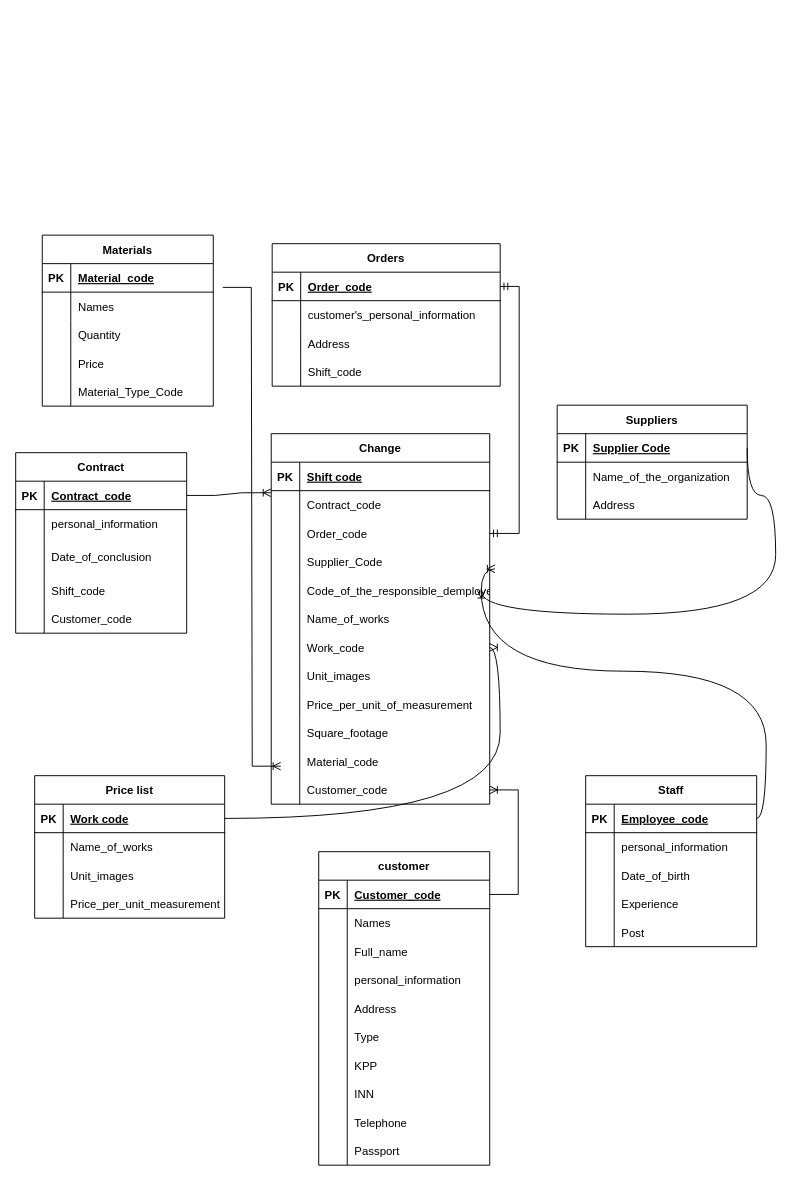
This is база строителей фирмы.drawio from serejaARKH/SQL_I_VSE, a draw.io file, before an edit. Source tidied: cells renumbered, new cells numbered last; positions are measured from the earlier drawing's top-left corner, leaving out a move shared by most shapes. Both pictures are drawn from the tidied source at 95%, with x=0, y=0 at pixel (15, 235).
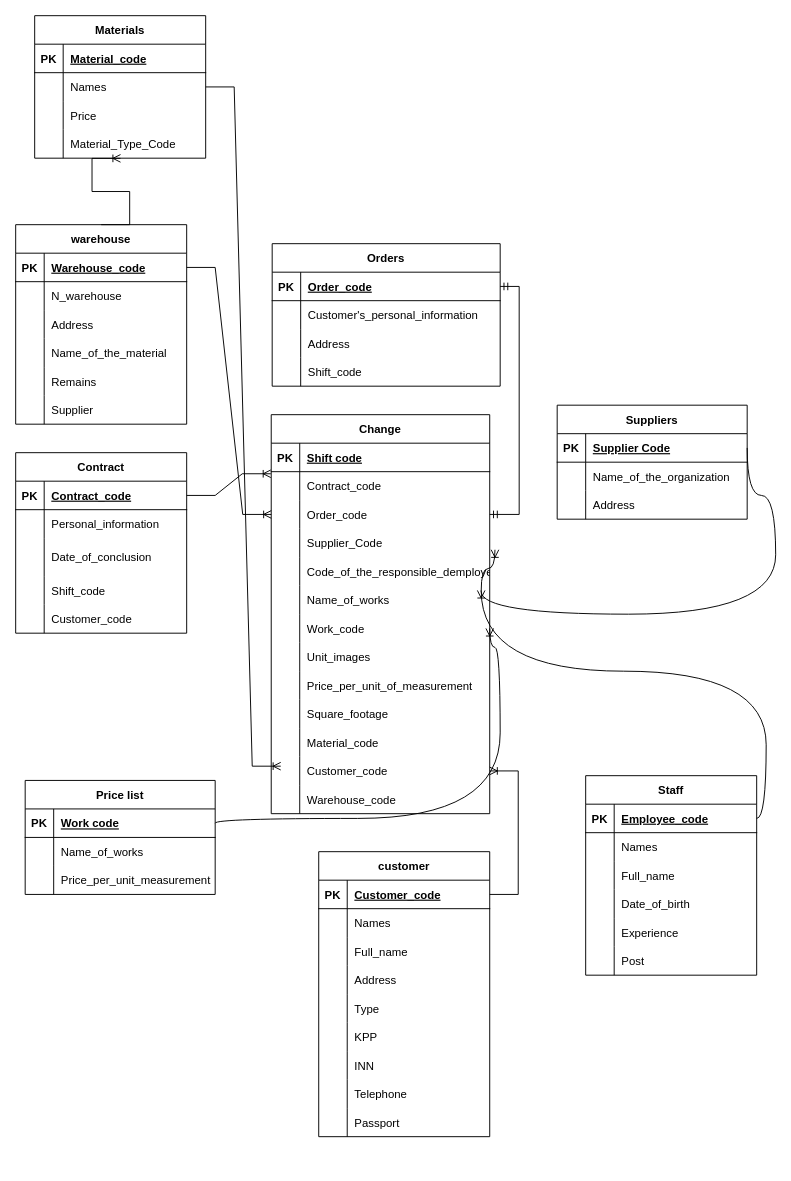
After the change.

The change refers to these unchanged cells:
```xml
<mxCell id="6" style="shape=tableRow;horizontal=0;startSize=0;swimlaneHead=0;swimlaneBody=0;fillColor=none;top=0;left=0;right=0;bottom=0;" parent="2" vertex="1">
  <mxGeometry y="60" width="180" height="30" as="geometry" />
</mxCell>
<mxCell id="25" style="shape=tableRow;horizontal=0;startSize=0;swimlaneHead=0;swimlaneBody=0;fillColor=none;points=[[0,0.5],[1,0.5]];portConstraint=eastwest;top=0;left=0;right=0;bottom=0;" parent="18" vertex="1">
  <mxGeometry y="90" width="230" height="30" as="geometry" />
</mxCell>
<mxCell id="59" style="shape=tableRow;horizontal=0;startSize=0;swimlaneHead=0;swimlaneBody=0;fillColor=none;top=0;left=0;right=0;bottom=0;" parent="55" vertex="1">
  <mxGeometry y="60" width="240" height="30" as="geometry" />
</mxCell>
<mxCell id="82" style="shape=tableRow;horizontal=0;startSize=0;swimlaneHead=0;swimlaneBody=0;fillColor=none;top=0;left=0;right=0;bottom=0;" parent="78" vertex="1">
  <mxGeometry y="60" width="180" height="30" as="geometry" />
</mxCell>
<mxCell id="116" style="shape=tableRow;horizontal=0;startSize=0;swimlaneHead=0;swimlaneBody=0;fillColor=none;points=[[0,0.5],[1,0.5]];portConstraint=eastwest;top=0;left=0;right=0;bottom=0;" parent="112" vertex="1">
  <mxGeometry y="60" width="180" height="30" as="geometry" />
</mxCell>
```

What changed in the source:
```diff
@@
-    <mxCell id="8" value="personal_information" style="shape=partialRectangle;fillColor=none;top=0;left=0;bottom=0;right=0;align=left;spacingLeft=6;overflow=hidden;" parent="6" vertex="1">
+    <mxCell id="8" value="Personal_information" style="shape=partialRectangle;fillColor=none;top=0;left=0;bottom=0;right=0;align=left;spacingLeft=6;overflow=hidden;" parent="6" vertex="1">
       <mxGeometry x="30" width="150" height="30" as="geometry" />
     </mxCell>
@@
     <mxCell id="18" value="Change" style="shape=table;startSize=30;childLayout=tableLayout;rowLines=0;fontStyle=1;align=center;gradientColor=none;" parent="1" vertex="1">
-      <mxGeometry x="269" y="209" width="230" height="390" as="geometry" />
+      <mxGeometry x="269" y="189" width="230" height="420" as="geometry" />
     </mxCell>
@@
+    <mxCell id="161" style="shape=tableRow;horizontal=0;startSize=0;swimlaneHead=0;swimlaneBody=0;fillColor=none;top=0;left=0;right=0;bottom=0;" parent="18" vertex="1">
+      <mxGeometry y="390" width="230" height="30" as="geometry" />
+    </mxCell>
+    <mxCell id="162" style="shape=partialRectangle;fillColor=none;top=0;left=0;bottom=0;right=0;overflow=hidden;" parent="161" vertex="1">
+      <mxGeometry width="30" height="30" as="geometry" />
+    </mxCell>
+    <mxCell id="163" value="Warehouse_code" style="shape=partialRectangle;fillColor=none;top=0;left=0;bottom=0;right=0;align=left;spacingLeft=6;overflow=hidden;" parent="161" vertex="1">
+      <mxGeometry x="30" width="200" height="30" as="geometry" />
+    </mxCell>
@@
-    <mxCell id="61" value="customer's_personal_information" style="shape=partialRectangle;fillColor=none;top=0;left=0;bottom=0;right=0;align=left;spacingLeft=6;overflow=hidden;" parent="59" vertex="1">
+    <mxCell id="61" value="Customer's_personal_information" style="shape=partialRectangle;fillColor=none;top=0;left=0;bottom=0;right=0;align=left;spacingLeft=6;overflow=hidden;" parent="59" vertex="1">
       <mxGeometry x="30" width="210" height="30" as="geometry" />
     </mxCell>
@@
     <mxCell id="78" value="Staff" style="shape=table;startSize=30;childLayout=tableLayout;rowLines=0;fontStyle=1;align=center;" parent="1" vertex="1">
-      <mxGeometry x="600" y="569" width="180" height="180" as="geometry" />
+      <mxGeometry x="600" y="569" width="180" height="210" as="geometry" />
     </mxCell>
@@
-    <mxCell id="84" value="personal_information" style="shape=partialRectangle;fillColor=none;top=0;left=0;bottom=0;right=0;align=left;spacingLeft=6;overflow=hidden;" parent="82" vertex="1">
+    <mxCell id="84" value="Names" style="shape=partialRectangle;fillColor=none;top=0;left=0;bottom=0;right=0;align=left;spacingLeft=6;overflow=hidden;" parent="82" vertex="1">
       <mxGeometry x="30" width="150" height="30" as="geometry" />
     </mxCell>
+    <mxCell id="164" style="shape=tableRow;horizontal=0;startSize=0;swimlaneHead=0;swimlaneBody=0;fillColor=none;top=0;left=0;right=0;bottom=0;" parent="78" vertex="1">
+      <mxGeometry y="90" width="180" height="30" as="geometry" />
+    </mxCell>
+    <mxCell id="165" style="shape=partialRectangle;fillColor=none;top=0;left=0;bottom=0;right=0;overflow=hidden;" parent="164" vertex="1">
+      <mxGeometry width="30" height="30" as="geometry" />
+    </mxCell>
+    <mxCell id="166" value="Full_name" style="shape=partialRectangle;fillColor=none;top=0;left=0;bottom=0;right=0;align=left;spacingLeft=6;overflow=hidden;" parent="164" vertex="1">
+      <mxGeometry x="30" width="150" height="30" as="geometry" />
+    </mxCell>
     <mxCell id="85" style="shape=tableRow;horizontal=0;startSize=0;swimlaneHead=0;swimlaneBody=0;fillColor=none;top=0;left=0;right=0;bottom=0;" parent="78" vertex="1">
-      <mxGeometry y="90" width="180" height="30" as="geometry" />
+      <mxGeometry y="120" width="180" height="30" as="geometry" />
     </mxCell>
@@
     <mxCell id="88" style="shape=tableRow;horizontal=0;startSize=0;swimlaneHead=0;swimlaneBody=0;fillColor=none;top=0;left=0;right=0;bottom=0;" parent="78" vertex="1">
-      <mxGeometry y="120" width="180" height="30" as="geometry" />
+      <mxGeometry y="150" width="180" height="30" as="geometry" />
     </mxCell>
@@
     <mxCell id="91" style="shape=tableRow;horizontal=0;startSize=0;swimlaneHead=0;swimlaneBody=0;fillColor=none;top=0;left=0;right=0;bottom=0;" parent="78" vertex="1">
-      <mxGeometry y="150" width="180" height="30" as="geometry" />
+      <mxGeometry y="180" width="180" height="30" as="geometry" />
     </mxCell>
@@
     <mxCell id="94" value="Price list" style="shape=table;startSize=30;childLayout=tableLayout;rowLines=0;fontStyle=1;align=center;" parent="1" vertex="1">
-      <mxGeometry x="20" y="569" width="200" height="150" as="geometry" />
+      <mxGeometry x="10" y="574" width="200" height="120" as="geometry" />
     </mxCell>
@@
-    <mxCell id="101" style="shape=tableRow;horizontal=0;startSize=0;swimlaneHead=0;swimlaneBody=0;fillColor=none;top=0;left=0;right=0;bottom=0;" parent="94" vertex="1">
-      <mxGeometry y="90" width="200" height="30" as="geometry" />
-    </mxCell>
-    <mxCell id="102" style="shape=partialRectangle;fillColor=none;top=0;left=0;bottom=0;right=0;overflow=hidden;" parent="101" vertex="1">
-      <mxGeometry width="30" height="30" as="geometry" />
-    </mxCell>
-    <mxCell id="103" value="Unit_images" style="shape=partialRectangle;fillColor=none;top=0;left=0;bottom=0;right=0;align=left;spacingLeft=6;overflow=hidden;" parent="101" vertex="1">
-      <mxGeometry x="30" width="170" height="30" as="geometry" />
-    </mxCell>
     <mxCell id="104" style="shape=tableRow;horizontal=0;startSize=0;swimlaneHead=0;swimlaneBody=0;fillColor=none;top=0;left=0;right=0;bottom=0;" parent="94" vertex="1">
-      <mxGeometry y="120" width="200" height="30" as="geometry" />
+      <mxGeometry y="90" width="200" height="30" as="geometry" />
     </mxCell>
@@
     <mxCell id="112" value="Materials" style="shape=table;startSize=30;childLayout=tableLayout;rowLines=0;fontStyle=1;align=center;" parent="1" vertex="1">
-      <mxGeometry x="28" width="180" height="180" as="geometry" />
+      <mxGeometry x="20" y="-231" width="180" height="150" as="geometry" />
     </mxCell>
@@
-    <mxCell id="119" style="shape=tableRow;horizontal=0;startSize=0;swimlaneHead=0;swimlaneBody=0;fillColor=none;top=0;left=0;right=0;bottom=0;" parent="112" vertex="1">
-      <mxGeometry y="90" width="180" height="30" as="geometry" />
-    </mxCell>
-    <mxCell id="120" style="shape=partialRectangle;fillColor=none;top=0;left=0;bottom=0;right=0;overflow=hidden;" parent="119" vertex="1">
-      <mxGeometry width="30" height="30" as="geometry" />
-    </mxCell>
-    <mxCell id="121" value="Quantity" style="shape=partialRectangle;fillColor=none;top=0;left=0;bottom=0;right=0;align=left;spacingLeft=6;overflow=hidden;" parent="119" vertex="1">
-      <mxGeometry x="30" width="150" height="30" as="geometry" />
-    </mxCell>
     <mxCell id="122" style="shape=tableRow;horizontal=0;startSize=0;swimlaneHead=0;swimlaneBody=0;fillColor=none;top=0;left=0;right=0;bottom=0;" parent="112" vertex="1">
-      <mxGeometry y="120" width="180" height="30" as="geometry" />
+      <mxGeometry y="90" width="180" height="30" as="geometry" />
     </mxCell>
@@
     <mxCell id="125" style="shape=tableRow;horizontal=0;startSize=0;swimlaneHead=0;swimlaneBody=0;fillColor=none;points=[[0,0.5],[1,0.5]];portConstraint=eastwest;top=0;left=0;right=0;bottom=0;" parent="112" vertex="1">
-      <mxGeometry y="150" width="180" height="30" as="geometry" />
+      <mxGeometry y="120" width="180" height="30" as="geometry" />
     </mxCell>
@@
     <mxCell id="128" value="customer" style="shape=table;startSize=30;childLayout=tableLayout;rowLines=0;fontStyle=1;align=center;" parent="1" vertex="1">
-      <mxGeometry x="319" y="649" width="180" height="330" as="geometry" />
+      <mxGeometry x="319" y="649" width="180" height="300" as="geometry" />
     </mxCell>
@@
-    <mxCell id="138" style="shape=tableRow;horizontal=0;startSize=0;swimlaneHead=0;swimlaneBody=0;fillColor=none;top=0;left=0;right=0;bottom=0;" parent="128" vertex="1">
-      <mxGeometry y="120" width="180" height="30" as="geometry" />
-    </mxCell>
-    <mxCell id="139" style="shape=partialRectangle;fillColor=none;top=0;left=0;bottom=0;right=0;overflow=hidden;" parent="138" vertex="1">
-      <mxGeometry width="30" height="30" as="geometry" />
-    </mxCell>
-    <mxCell id="140" value="personal_information" style="shape=partialRectangle;fillColor=none;top=0;left=0;bottom=0;right=0;align=left;spacingLeft=6;overflow=hidden;" parent="138" vertex="1">
-      <mxGeometry x="30" width="150" height="30" as="geometry" />
-    </mxCell>
     <mxCell id="141" style="shape=tableRow;horizontal=0;startSize=0;swimlaneHead=0;swimlaneBody=0;fillColor=none;top=0;left=0;right=0;bottom=0;" parent="128" vertex="1">
-      <mxGeometry y="150" width="180" height="30" as="geometry" />
+      <mxGeometry y="120" width="180" height="30" as="geometry" />
     </mxCell>
@@
     <mxCell id="144" style="shape=tableRow;horizontal=0;startSize=0;swimlaneHead=0;swimlaneBody=0;fillColor=none;top=0;left=0;right=0;bottom=0;" parent="128" vertex="1">
-      <mxGeometry y="180" width="180" height="30" as="geometry" />
+      <mxGeometry y="150" width="180" height="30" as="geometry" />
     </mxCell>
@@
     <mxCell id="147" style="shape=tableRow;horizontal=0;startSize=0;swimlaneHead=0;swimlaneBody=0;fillColor=none;top=0;left=0;right=0;bottom=0;" parent="128" vertex="1">
-      <mxGeometry y="210" width="180" height="30" as="geometry" />
+      <mxGeometry y="180" width="180" height="30" as="geometry" />
     </mxCell>
@@
     <mxCell id="150" style="shape=tableRow;horizontal=0;startSize=0;swimlaneHead=0;swimlaneBody=0;fillColor=none;top=0;left=0;right=0;bottom=0;" parent="128" vertex="1">
-      <mxGeometry y="240" width="180" height="30" as="geometry" />
+      <mxGeometry y="210" width="180" height="30" as="geometry" />
     </mxCell>
@@
     <mxCell id="153" style="shape=tableRow;horizontal=0;startSize=0;swimlaneHead=0;swimlaneBody=0;fillColor=none;top=0;left=0;right=0;bottom=0;" parent="128" vertex="1">
-      <mxGeometry y="270" width="180" height="30" as="geometry" />
+      <mxGeometry y="240" width="180" height="30" as="geometry" />
     </mxCell>
@@
     <mxCell id="156" style="shape=tableRow;horizontal=0;startSize=0;swimlaneHead=0;swimlaneBody=0;fillColor=none;top=0;left=0;right=0;bottom=0;" parent="128" vertex="1">
-      <mxGeometry y="300" width="180" height="30" as="geometry" />
+      <mxGeometry y="270" width="180" height="30" as="geometry" />
     </mxCell>
@@
-    <mxCell id="160" style="edgeStyle=entityRelationEdgeStyle;fontSize=12;html=1;endArrow=ERoneToMany;rounded=0;exitX=1;exitY=0.5;exitDx=0;exitDy=0;" parent="1" edge="1">
+    <mxCell id="160" style="edgeStyle=entityRelationEdgeStyle;fontSize=12;html=1;endArrow=ERoneToMany;rounded=0;exitX=1;exitY=0.5;exitDx=0;exitDy=0;" parent="1" edge="1" source="116">
       <mxGeometry relative="1" as="geometry">
-        <mxPoint x="218" y="55" as="sourcePoint" />
         <mxPoint x="279" y="559" as="targetPoint" />
       </mxGeometry>
     </mxCell>
+    <mxCell id="167" value="warehouse" style="shape=table;startSize=30;childLayout=tableLayout;rowLines=0;fontStyle=1;align=center;" parent="1" vertex="1">
+      <mxGeometry y="-11" width="180" height="210" as="geometry" />
+    </mxCell>
+    <mxCell id="168" style="shape=tableRow;horizontal=0;startSize=0;swimlaneHead=0;swimlaneBody=0;fillColor=none;points=[[0,0.5],[1,0.5]];portConstraint=eastwest;top=0;left=0;right=0;bottom=1;" parent="167" vertex="1">
+      <mxGeometry y="30" width="180" height="30" as="geometry" />
+    </mxCell>
+    <mxCell id="169" value="PK" style="shape=partialRectangle;fillColor=none;top=0;left=0;bottom=0;right=0;fontStyle=1;overflow=hidden;" parent="168" vertex="1">
+      <mxGeometry width="30" height="30" as="geometry" />
+    </mxCell>
+    <mxCell id="170" value="Warehouse_code" style="shape=partialRectangle;fillColor=none;top=0;left=0;bottom=0;right=0;align=left;spacingLeft=6;fontStyle=5;overflow=hidden;" parent="168" vertex="1">
+      <mxGeometry x="30" width="150" height="30" as="geometry" />
+    </mxCell>
+    <mxCell id="171" style="shape=tableRow;horizontal=0;startSize=0;swimlaneHead=0;swimlaneBody=0;fillColor=none;top=0;left=0;right=0;bottom=0;" parent="167" vertex="1">
+      <mxGeometry y="60" width="180" height="30" as="geometry" />
+    </mxCell>
+    <mxCell id="172" style="shape=partialRectangle;fillColor=none;top=0;left=0;bottom=0;right=0;overflow=hidden;" parent="171" vertex="1">
+      <mxGeometry width="30" height="30" as="geometry" />
+    </mxCell>
+    <mxCell id="173" value="N_warehouse" style="shape=partialRectangle;fillColor=none;top=0;left=0;bottom=0;right=0;align=left;spacingLeft=6;overflow=hidden;" parent="171" vertex="1">
+      <mxGeometry x="30" width="150" height="30" as="geometry" />
+    </mxCell>
+    <mxCell id="174" style="shape=tableRow;horizontal=0;startSize=0;swimlaneHead=0;swimlaneBody=0;fillColor=none;top=0;left=0;right=0;bottom=0;" parent="167" vertex="1">
+      <mxGeometry y="90" width="180" height="30" as="geometry" />
+    </mxCell>
+    <mxCell id="175" style="shape=partialRectangle;fillColor=none;top=0;left=0;bottom=0;right=0;overflow=hidden;" parent="174" vertex="1">
+      <mxGeometry width="30" height="30" as="geometry" />
+    </mxCell>
+    <mxCell id="176" value="Address" style="shape=partialRectangle;fillColor=none;top=0;left=0;bottom=0;right=0;align=left;spacingLeft=6;overflow=hidden;" parent="174" vertex="1">
+      <mxGeometry x="30" width="150" height="30" as="geometry" />
+    </mxCell>
+    <mxCell id="138" style="shape=tableRow;horizontal=0;startSize=0;swimlaneHead=0;swimlaneBody=0;fillColor=none;top=0;left=0;right=0;bottom=0;" parent="167" vertex="1">
+      <mxGeometry y="120" width="180" height="30" as="geometry" />
+    </mxCell>
+    <mxCell id="177" style="shape=partialRectangle;fillColor=none;top=0;left=0;bottom=0;right=0;overflow=hidden;" parent="138" vertex="1">
+      <mxGeometry width="30" height="30" as="geometry" />
+    </mxCell>
+    <mxCell id="178" value="Name_of_the_material" style="shape=partialRectangle;fillColor=none;top=0;left=0;bottom=0;right=0;align=left;spacingLeft=6;overflow=hidden;" parent="138" vertex="1">
+      <mxGeometry x="30" width="150" height="30" as="geometry" />
+    </mxCell>
+    <mxCell id="179" style="shape=tableRow;horizontal=0;startSize=0;swimlaneHead=0;swimlaneBody=0;fillColor=none;top=0;left=0;right=0;bottom=0;" parent="167" vertex="1">
+      <mxGeometry y="150" width="180" height="30" as="geometry" />
+    </mxCell>
+    <mxCell id="180" style="shape=partialRectangle;fillColor=none;top=0;left=0;bottom=0;right=0;overflow=hidden;" parent="179" vertex="1">
+      <mxGeometry width="30" height="30" as="geometry" />
+    </mxCell>
+    <mxCell id="181" value="Remains" style="shape=partialRectangle;fillColor=none;top=0;left=0;bottom=0;right=0;align=left;spacingLeft=6;overflow=hidden;" parent="179" vertex="1">
+      <mxGeometry x="30" width="150" height="30" as="geometry" />
+    </mxCell>
+    <mxCell id="182" style="shape=tableRow;horizontal=0;startSize=0;swimlaneHead=0;swimlaneBody=0;fillColor=none;top=0;left=0;right=0;bottom=0;" parent="167" vertex="1">
+      <mxGeometry y="180" width="180" height="30" as="geometry" />
+    </mxCell>
+    <mxCell id="183" style="shape=partialRectangle;fillColor=none;top=0;left=0;bottom=0;right=0;overflow=hidden;" parent="182" vertex="1">
+      <mxGeometry width="30" height="30" as="geometry" />
+    </mxCell>
+    <mxCell id="184" value="Supplier" style="shape=partialRectangle;fillColor=none;top=0;left=0;bottom=0;right=0;align=left;spacingLeft=6;overflow=hidden;" parent="182" vertex="1">
+      <mxGeometry x="30" width="150" height="30" as="geometry" />
+    </mxCell>
+    <mxCell id="185" style="edgeStyle=entityRelationEdgeStyle;fontSize=12;html=1;endArrow=ERoneToMany;rounded=0;exitX=1;exitY=0.5;exitDx=0;exitDy=0;entryX=0;entryY=0.5;entryDx=0;entryDy=0;" parent="1" edge="1" source="168" target="25">
+      <mxGeometry relative="1" as="geometry" />
+    </mxCell>
+    <mxCell id="186" style="edgeStyle=entityRelationEdgeStyle;fontSize=12;html=1;endArrow=ERoneToMany;rounded=0;entryX=0.502;entryY=1.007;entryDx=0;entryDy=0;exitX=0.5;exitY=0;exitDx=0;exitDy=0;entryPerimeter=0;" parent="1" edge="1" source="167" target="125">
+      <mxGeometry relative="1" as="geometry" />
+    </mxCell>
```
